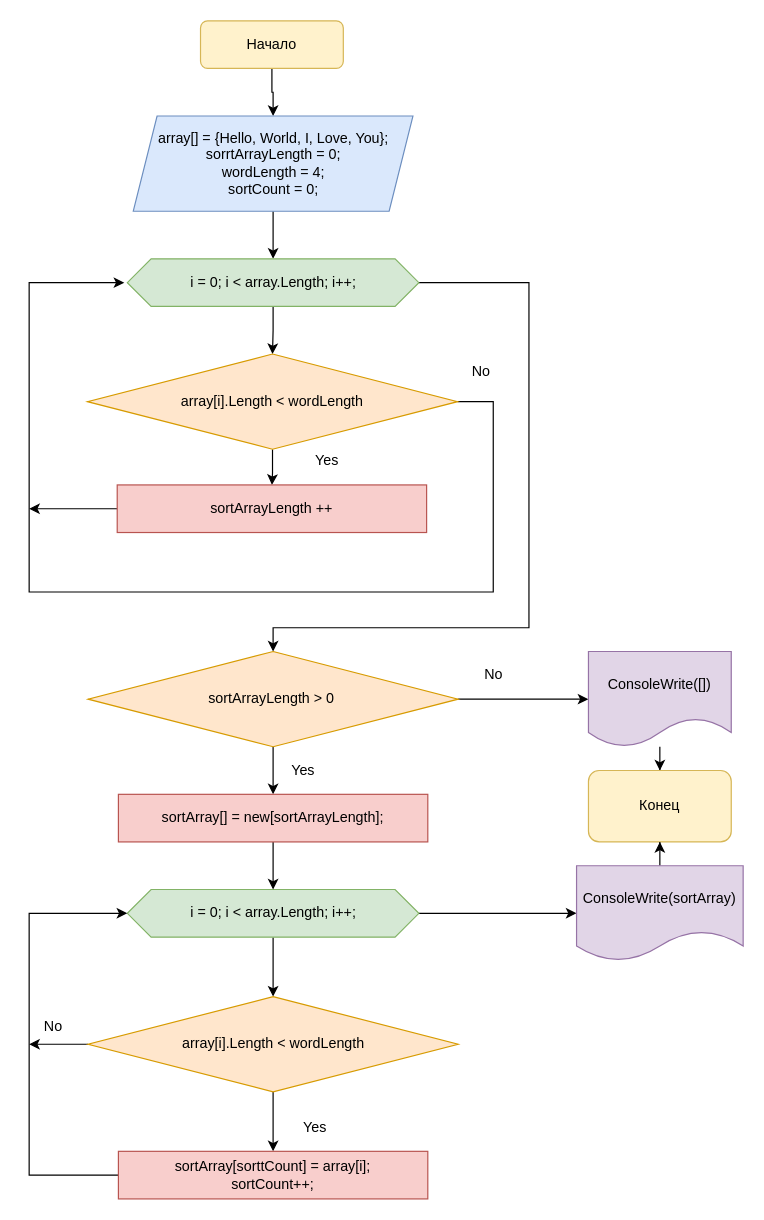
Before: diagram.drawio in id2k99/choise_spec, a draw.io diagram. Source tidied: cells renumbered, new cells numbered last; positions are measured from the earlier drawing's top-left corner, leaving out a move shared by most shapes. Both pictures are drawn from the tidied source at 119%, with x=0, y=0 at pixel (29, 20).
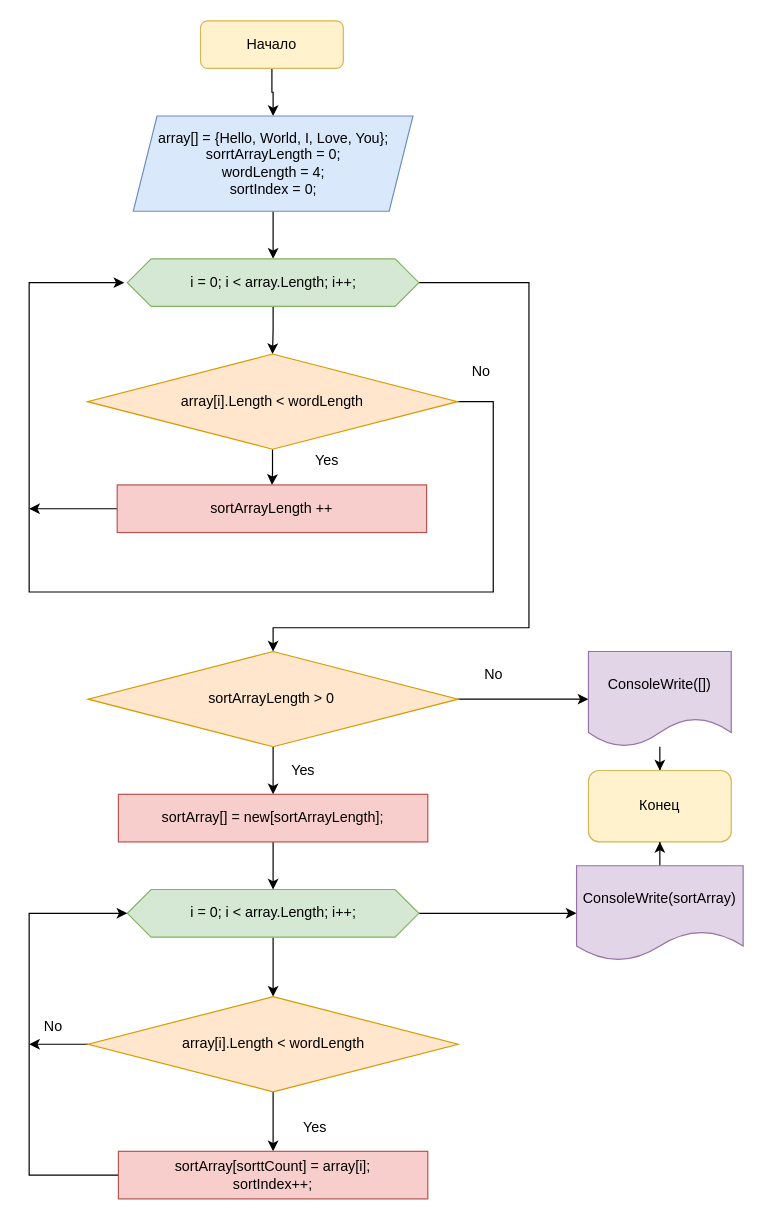
After the change.

Commit message (it also covers changes not shown here):
Add programm, change diagram

Change to the diagram source:
```diff
@@
-    <mxCell id="5" value="array[] = {Hello, World, I, Love, You};&lt;br&gt;sorrtArrayLength = 0;&lt;br&gt;wordLength = 4;&lt;br&gt;sortCount = 0;" style="shape=parallelogram;perimeter=parallelogramPerimeter;whiteSpace=wrap;html=1;fixedSize=1;fillColor=#dae8fc;strokeColor=#6c8ebf;" parent="1" vertex="1">
+    <mxCell id="5" value="array[] = {Hello, World, I, Love, You};&lt;br&gt;sorrtArrayLength = 0;&lt;br&gt;wordLength = 4;&lt;br&gt;sortIndex = 0;" style="shape=parallelogram;perimeter=parallelogramPerimeter;whiteSpace=wrap;html=1;fixedSize=1;fillColor=#dae8fc;strokeColor=#6c8ebf;" parent="1" vertex="1">
       <mxGeometry x="87.5" y="80" width="235" height="80" as="geometry" />
     </mxCell>
@@
-    <mxCell id="30" value="sortArray[sorttCount] = array[i];&lt;br&gt;sortCount++;" style="rounded=0;whiteSpace=wrap;html=1;fillColor=#f8cecc;strokeColor=#b85450;" parent="1" vertex="1">
+    <mxCell id="30" value="sortArray[sorttCount] = array[i];&lt;br&gt;sortIndex++;" style="rounded=0;whiteSpace=wrap;html=1;fillColor=#f8cecc;strokeColor=#b85450;" parent="1" vertex="1">
       <mxGeometry x="75" y="950" width="260" height="40" as="geometry" />
     </mxCell>
```
